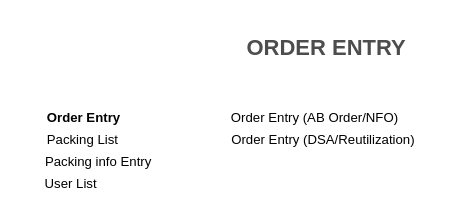
The draw.io diagram page "Page-2" (2 of 6) of Untitled Diagram.drawio in sdevipriya/VirtualTrainingOct12-Config, before the edit. Source tidied: cells renumbered, new cells numbered last; positions are measured from the earlier drawing's top-left corner, leaving out a move shared by most shapes. Both pictures are drawn from the tidied source at 110%, with x=0, y=0 at pixel (19, 30).
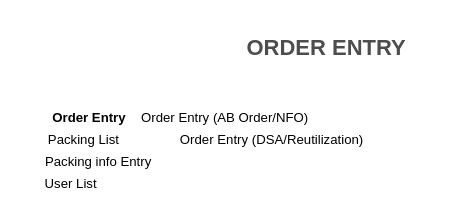
The same diagram, later.

The edit, as a diff of the source:
```diff
@@
 <mxGraphModel>
   <root>
     <mxCell id="0" />
     <mxCell id="1" parent="0" />
     <mxCell id="2" value="&lt;h1&gt;ORDER ENTRY&lt;br&gt;&lt;/h1&gt;" style="whiteSpace=wrap;html=1;shadow=0;dashed=0;fontSize=10;align=left;fillColor=#FFFFFF;strokeColor=#FFFFFF;fontColor=#4D4D4D;" parent="1" vertex="1">
       <mxGeometry x="205" width="168.8" height="30" as="geometry" />
     </mxCell>
-    <mxCell id="3" value="Order Entry&lt;span style=&quot;white-space: pre&quot;&gt;&#9;&lt;/span&gt;" style="text;html=1;align=center;verticalAlign=middle;strokeColor=none;fontStyle=1;" parent="1" vertex="1">
+    <mxCell id="3" value="Order Entry&lt;span style=&quot;white-space: pre&quot;&gt; &lt;/span&gt;" style="text;html=1;align=center;verticalAlign=middle;strokeColor=none;fontStyle=1;" parent="1" vertex="1">
       <mxGeometry x="15" y="70" width="100" height="20" as="geometry" />
     </mxCell>
-    <mxCell id="4" value="&lt;span style=&quot;white-space: pre&quot;&gt;   &lt;/span&gt;Packing List&lt;span style=&quot;white-space: pre&quot;&gt;&#9;&lt;/span&gt;" style="text;html=1;align=center;verticalAlign=middle;strokeColor=none;" parent="1" vertex="1">
+    <mxCell id="4" value="&lt;span style=&quot;white-space: pre&quot;&gt;   &lt;/span&gt;Packing List&lt;span style=&quot;white-space: pre&quot;&gt; &lt;/span&gt;" style="text;html=1;align=center;verticalAlign=middle;strokeColor=none;" parent="1" vertex="1">
       <mxGeometry x="5" y="90" width="100" height="20" as="geometry" />
     </mxCell>
-    <mxCell id="5" value="&lt;span style=&quot;white-space: pre&quot;&gt;  &lt;/span&gt;Packing info Entry&lt;span style=&quot;white-space: pre&quot;&gt;&#9;&lt;/span&gt;" style="text;html=1;align=center;verticalAlign=middle;strokeColor=none;" parent="1" vertex="1">
+    <mxCell id="5" value="&lt;span style=&quot;white-space: pre&quot;&gt;  &lt;/span&gt;Packing info Entry&lt;span style=&quot;white-space: pre&quot;&gt; &lt;/span&gt;" style="text;html=1;align=center;verticalAlign=middle;strokeColor=none;" parent="1" vertex="1">
       <mxGeometry x="10" y="110" width="120" height="20" as="geometry" />
     </mxCell>
     <mxCell id="6" value="&lt;span style=&quot;white-space: pre&quot;&gt; &lt;/span&gt;User List" style="text;html=1;align=center;verticalAlign=middle;strokeColor=none;" parent="1" vertex="1">
       <mxGeometry x="10" y="130" width="70" height="20" as="geometry" />
     </mxCell>
-    <mxCell id="7" value="&lt;span style=&quot;white-space: pre&quot;&gt;&#9;&lt;/span&gt;&lt;span style=&quot;white-space: pre&quot;&gt;&#9;&lt;/span&gt;&lt;span style=&quot;white-space: pre&quot;&gt;&#9;&lt;/span&gt;&lt;span style=&quot;white-space: pre&quot;&gt;&#9;&lt;/span&gt;&lt;span style=&quot;white-space: pre&quot;&gt;&#9;&lt;/span&gt;&lt;span style=&quot;white-space: pre&quot;&gt;&#9;&lt;/span&gt;&lt;span style=&quot;white-space: pre&quot;&gt;&#9;&lt;/span&gt;Order Entry (AB Order/NFO)" style="text;html=1;align=center;verticalAlign=middle;strokeColor=none;fontColor=#000000;" parent="1" vertex="1">
+    <mxCell id="7" value="&lt;span style=&quot;white-space: pre&quot;&gt; &lt;/span&gt;&lt;span style=&quot;white-space: pre&quot;&gt; &lt;/span&gt;&lt;span style=&quot;white-space: pre&quot;&gt; &lt;/span&gt;&lt;span style=&quot;white-space: pre&quot;&gt; &lt;/span&gt;&lt;span style=&quot;white-space: pre&quot;&gt; &lt;/span&gt;&lt;span style=&quot;white-space: pre&quot;&gt; &lt;/span&gt;&lt;span style=&quot;white-space: pre&quot;&gt; &lt;/span&gt;Order Entry (AB Order/NFO)" style="text;html=1;align=center;verticalAlign=middle;strokeColor=none;fontColor=#000000;" parent="1" vertex="1">
       <mxGeometry y="70" width="350" height="20" as="geometry" />
     </mxCell>
-    <mxCell id="8" value="&lt;span style=&quot;white-space: pre&quot;&gt;&#9;&lt;/span&gt;&lt;span style=&quot;white-space: pre&quot;&gt;&#9;&lt;/span&gt;&lt;span style=&quot;white-space: pre&quot;&gt;&#9;&lt;/span&gt;&lt;span style=&quot;white-space: pre&quot;&gt;&#9;&lt;/span&gt;&lt;span style=&quot;white-space: pre&quot;&gt;    &lt;/span&gt;Order Entry (DSA/Reutilization)" style="text;html=1;align=center;verticalAlign=middle;strokeColor=none;fontColor=#000000;" parent="1" vertex="1">
+    <mxCell id="8" value="&lt;span style=&quot;white-space: pre&quot;&gt; &lt;/span&gt;&lt;span style=&quot;white-space: pre&quot;&gt; &lt;/span&gt;&lt;span style=&quot;white-space: pre&quot;&gt; &lt;/span&gt;&lt;span style=&quot;white-space: pre&quot;&gt; &lt;/span&gt;&lt;span style=&quot;white-space: pre&quot;&gt;    &lt;/span&gt;Order Entry (DSA/Reutilization)" style="text;html=1;align=center;verticalAlign=middle;strokeColor=none;fontColor=#000000;" parent="1" vertex="1">
       <mxGeometry x="67" y="91" width="297" height="18" as="geometry" />
     </mxCell>
   </root>
 </mxGraphModel>
```
